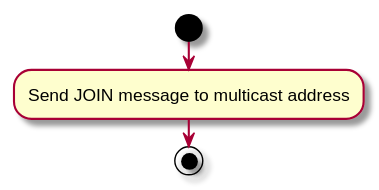
Before: docs/images/multicast-cluster.svg, a diagram exported from PlantUML (qwazr/cluster). Its diagram source:
```plantuml
@startuml
start
:Send JOIN message to multicast address;
stop
@enduml
```
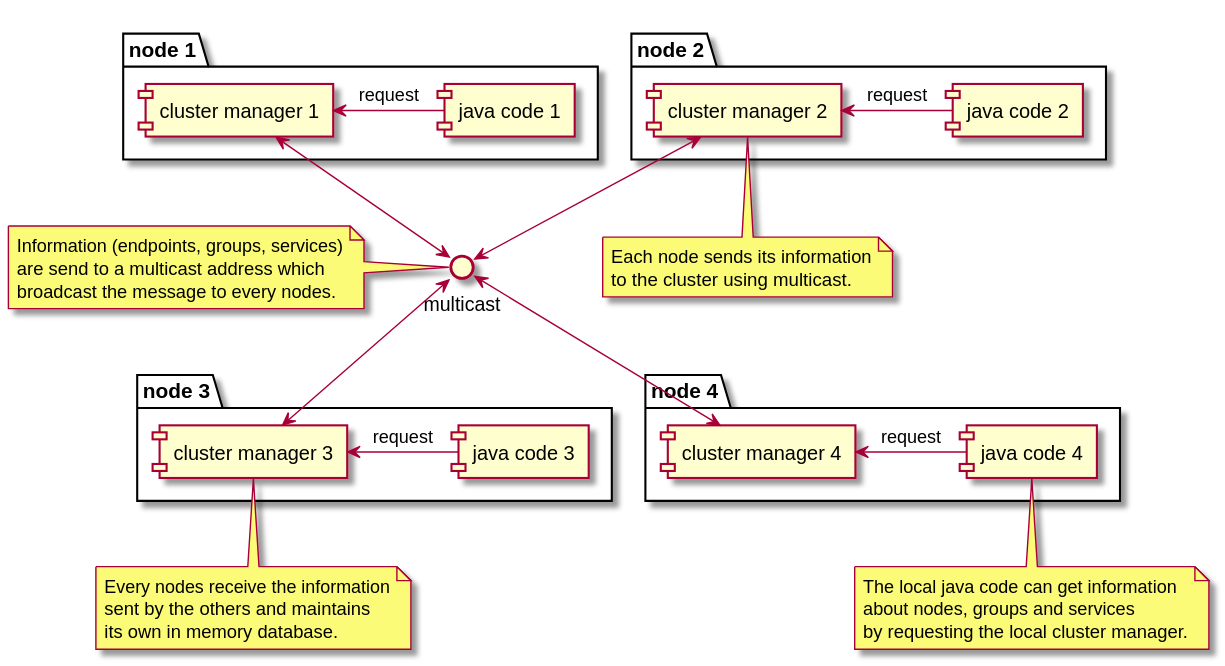
Above is the later version.

The edit, as a diff of the source:
```diff
@@ -1,5 +1,46 @@
 @startuml
-start
-:Send JOIN message to multicast address;
-stop
+
+folder "node 1" {
+    [java code 1] -left-> [cluster manager 1]: request
+}
+
+folder "node 2" {
+    [java code 2] -left-> [cluster manager 2]: request
+}
+
+folder "node 3" {
+    [java code 3] -left-> [cluster manager 3]: request
+}
+
+folder "node 4" {
+    [java code 4] -left-> [cluster manager 4]: request
+}
+
+multicast <-down-> [cluster manager 4]
+multicast <-down-> [cluster manager 3]
+multicast <-up-> [cluster manager 2]
+multicast <-up-> [cluster manager 1]
+
+note bottom of [cluster manager 2]
+  Each node sends its information
+  to the cluster using multicast.
+end note
+
+note bottom of [cluster manager 3]
+  Every nodes receive the information
+  sent by the others and maintains
+  its own in memory database.
+end note
+
+note left of [multicast]
+Information (endpoints, groups, services)
+are send to a multicast address which
+broadcast the message to every nodes.
+end note
+
+note bottom of [java code 4]
+The local java code can get information
+about nodes, groups and services
+by requesting the local cluster manager.
+end note
 @enduml
```
